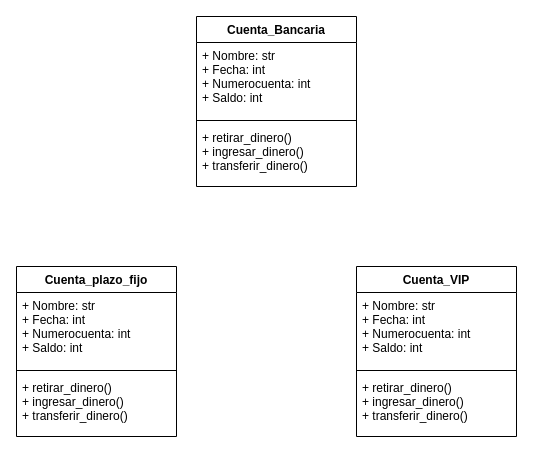
Before: ejercicio3/ejercicio3.drawio in lmiel/parcial_POO, a draw.io diagram. Source tidied: cells renumbered, new cells numbered last; positions are measured from the earlier drawing's top-left corner, leaving out a move shared by most shapes. Both pictures are drawn from the tidied source at 100%, with x=0, y=0 at pixel (16, 16).
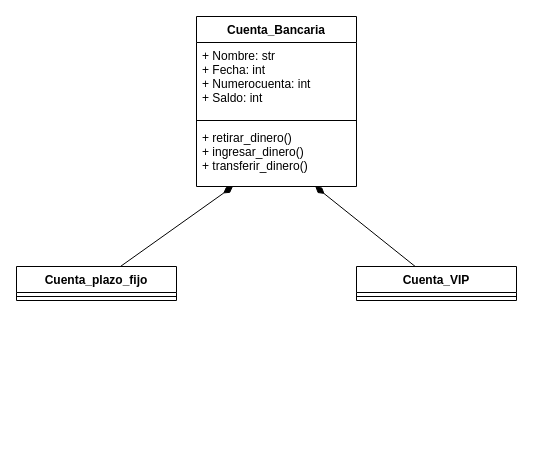
The same page after the edit.

Change to the diagram source:
```diff
@@
 <mxGraphModel>
   <root>
     <mxCell id="0" />
     <mxCell id="1" parent="0" />
     <mxCell id="2" value="Cuenta_Bancaria" style="swimlane;fontStyle=1;align=center;verticalAlign=top;horizontal=1;startSize=26;" parent="1" vertex="1">
       <mxGeometry x="180" width="160" height="170" as="geometry" />
     </mxCell>
     <mxCell id="3" value="+ Nombre: str&#10;+ Fecha: int&#10;+ Numerocuenta: int&#10;+ Saldo: int" style="text;strokeColor=none;fillColor=none;align=left;verticalAlign=top;spacingLeft=4;spacingRight=4;overflow=hidden;" parent="2" vertex="1">
       <mxGeometry y="26" width="160" height="74" as="geometry" />
     </mxCell>
     <mxCell id="4" style="line;strokeWidth=1;fillColor=none;align=left;verticalAlign=middle;spacingTop=-1;spacingLeft=3;spacingRight=3;labelPosition=right;strokeColor=inherit;" parent="2" vertex="1">
       <mxGeometry y="100" width="160" height="8" as="geometry" />
     </mxCell>
     <mxCell id="5" value="+ retirar_dinero()&#10;+ ingresar_dinero()&#10;+ transferir_dinero()" style="text;strokeColor=none;fillColor=none;align=left;verticalAlign=top;spacingLeft=4;spacingRight=4;overflow=hidden;points=[[0,0.5],[1,0.5]];portConstraint=eastwest;" parent="2" vertex="1">
       <mxGeometry y="108" width="160" height="62" as="geometry" />
     </mxCell>
+    <mxCell id="14" style="edgeStyle=none;html=1;endArrow=diamondThin;endFill=1;endSize=9;" parent="1" edge="1" source="6" target="5">
+      <mxGeometry relative="1" as="geometry" />
+    </mxCell>
     <mxCell id="6" value="Cuenta_plazo_fijo" style="swimlane;fontStyle=1;align=center;verticalAlign=top;horizontal=1;startSize=26;" parent="1" vertex="1">
-      <mxGeometry y="250" width="160" height="170" as="geometry" />
+      <mxGeometry y="250" width="160" height="34" as="geometry" />
     </mxCell>
-    <mxCell id="7" value="+ Nombre: str&#10;+ Fecha: int&#10;+ Numerocuenta: int&#10;+ Saldo: int" style="text;strokeColor=none;fillColor=none;align=left;verticalAlign=top;spacingLeft=4;spacingRight=4;overflow=hidden;" parent="6" vertex="1">
-      <mxGeometry y="26" width="160" height="74" as="geometry" />
-    </mxCell>
     <mxCell id="8" style="line;strokeWidth=1;fillColor=none;align=left;verticalAlign=middle;spacingTop=-1;spacingLeft=3;spacingRight=3;labelPosition=right;strokeColor=inherit;" parent="6" vertex="1">
-      <mxGeometry y="100" width="160" height="8" as="geometry" />
+      <mxGeometry y="26" width="160" height="8" as="geometry" />
     </mxCell>
-    <mxCell id="9" value="+ retirar_dinero()&#10;+ ingresar_dinero()&#10;+ transferir_dinero()" style="text;strokeColor=none;fillColor=none;align=left;verticalAlign=top;spacingLeft=4;spacingRight=4;overflow=hidden;" parent="6" vertex="1">
-      <mxGeometry y="108" width="160" height="62" as="geometry" />
-    </mxCell>
+    <mxCell id="15" style="edgeStyle=none;html=1;endArrow=diamondThin;endFill=1;endSize=9;" parent="1" edge="1" source="10" target="5">
+      <mxGeometry relative="1" as="geometry" />
+    </mxCell>
     <mxCell id="10" value="Cuenta_VIP" style="swimlane;fontStyle=1;align=center;verticalAlign=top;horizontal=1;startSize=26;" parent="1" vertex="1">
-      <mxGeometry x="340" y="250" width="160" height="170" as="geometry" />
+      <mxGeometry x="340" y="250" width="160" height="34" as="geometry" />
     </mxCell>
-    <mxCell id="11" value="+ Nombre: str&#10;+ Fecha: int&#10;+ Numerocuenta: int&#10;+ Saldo: int" style="text;strokeColor=none;fillColor=none;align=left;verticalAlign=top;spacingLeft=4;spacingRight=4;overflow=hidden;" parent="10" vertex="1">
-      <mxGeometry y="26" width="160" height="74" as="geometry" />
-    </mxCell>
     <mxCell id="12" style="line;strokeWidth=1;fillColor=none;align=left;verticalAlign=middle;spacingTop=-1;spacingLeft=3;spacingRight=3;labelPosition=right;strokeColor=inherit;" parent="10" vertex="1">
-      <mxGeometry y="100" width="160" height="8" as="geometry" />
+      <mxGeometry y="26" width="160" height="8" as="geometry" />
     </mxCell>
-    <mxCell id="13" value="+ retirar_dinero()&#10;+ ingresar_dinero()&#10;+ transferir_dinero()" style="text;strokeColor=none;fillColor=none;align=left;verticalAlign=top;spacingLeft=4;spacingRight=4;overflow=hidden;" parent="10" vertex="1">
-      <mxGeometry y="108" width="160" height="62" as="geometry" />
-    </mxCell>
   </root>
 </mxGraphModel>
```
